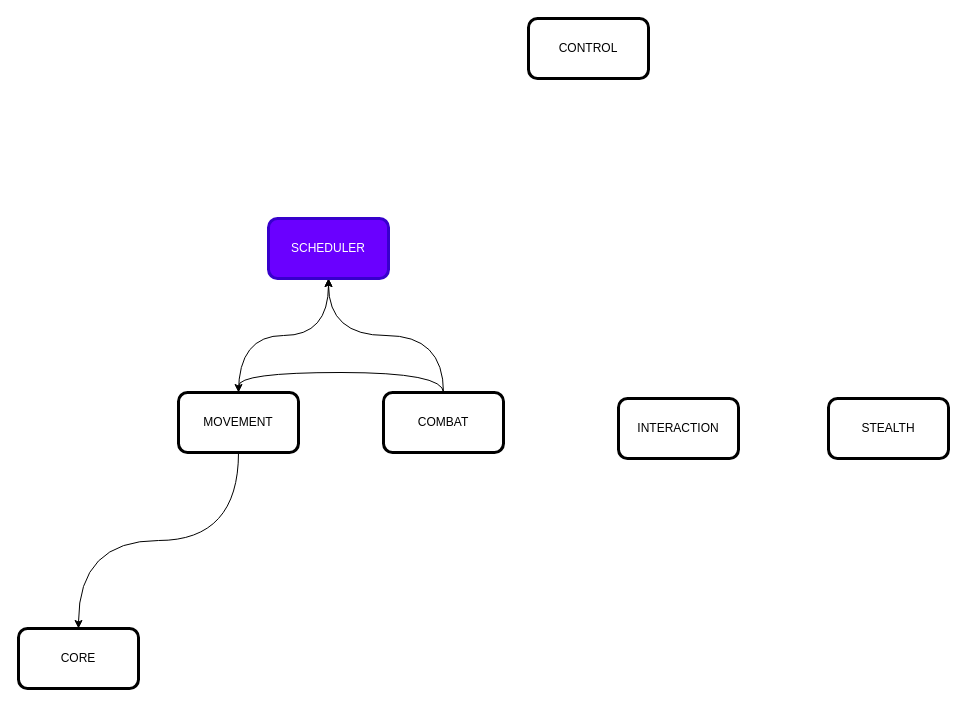
rafaelmmedeiros/Mount-Mortem-Mystery keeps this draw.io diagram as _Docs/Architecture.drawio. Above is the earlier version. Source tidied: cells renumbered, new cells numbered last; positions are measured from the earlier drawing's top-left corner, leaving out a move shared by most shapes. Both pictures are drawn from the tidied source at 100%, with x=0, y=0 at pixel (18, 18).
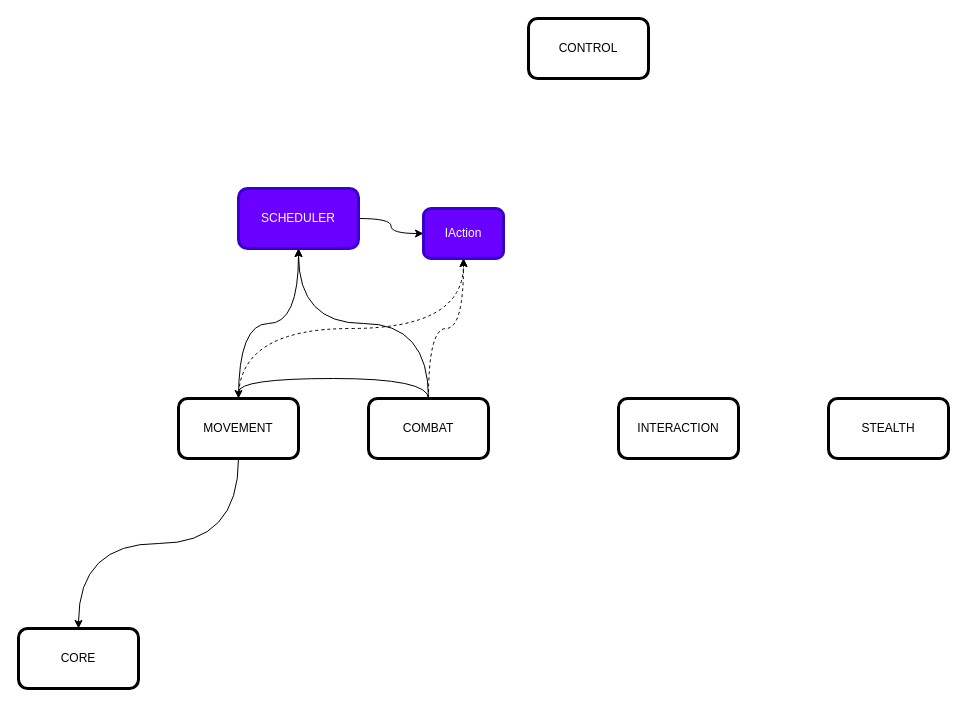
Above is the later version.

Diff of the diagram source:
```diff
@@
 <mxGraphModel>
   <root>
     <mxCell id="0" />
     <mxCell id="1" parent="0" />
     <mxCell id="2" value="CORE" style="rounded=1;whiteSpace=wrap;html=1;strokeWidth=3;" parent="1" vertex="1">
       <mxGeometry y="610" width="120" height="60" as="geometry" />
     </mxCell>
     <mxCell id="3" value="CONTROL" style="rounded=1;whiteSpace=wrap;html=1;strokeWidth=3;" parent="1" vertex="1">
       <mxGeometry x="510" width="120" height="60" as="geometry" />
     </mxCell>
     <mxCell id="4" style="edgeStyle=orthogonalEdgeStyle;rounded=0;jettySize=auto;html=1;exitX=0.5;exitY=1;exitDx=0;exitDy=0;entryX=0.5;entryY=0;entryDx=0;entryDy=0;strokeWidth=1;curved=1;" parent="1" edge="1" source="6" target="2">
       <mxGeometry relative="1" as="geometry" />
     </mxCell>
     <mxCell id="5" style="edgeStyle=orthogonalEdgeStyle;curved=1;rounded=1;sketch=0;jettySize=auto;html=1;exitX=0.5;exitY=0;exitDx=0;exitDy=0;entryX=0.5;entryY=1;entryDx=0;entryDy=0;" parent="1" edge="1" source="6" target="12">
       <mxGeometry relative="1" as="geometry" />
     </mxCell>
+    <mxCell id="13" style="edgeStyle=orthogonalEdgeStyle;curved=1;rounded=1;sketch=0;jettySize=auto;html=1;exitX=0.5;exitY=0;exitDx=0;exitDy=0;dashed=1;" parent="1" edge="1" source="6" target="16">
+      <mxGeometry relative="1" as="geometry" />
+    </mxCell>
     <mxCell id="6" value="MOVEMENT" style="rounded=1;whiteSpace=wrap;html=1;strokeWidth=3;" parent="1" vertex="1">
-      <mxGeometry x="160" y="374" width="120" height="60" as="geometry" />
+      <mxGeometry x="160" y="380" width="120" height="60" as="geometry" />
     </mxCell>
     <mxCell id="7" style="edgeStyle=orthogonalEdgeStyle;curved=1;rounded=1;sketch=0;jettySize=auto;html=1;exitX=0.5;exitY=0;exitDx=0;exitDy=0;entryX=0.5;entryY=0;entryDx=0;entryDy=0;" parent="1" edge="1" source="9" target="6">
       <mxGeometry relative="1" as="geometry" />
     </mxCell>
     <mxCell id="8" style="edgeStyle=orthogonalEdgeStyle;curved=1;rounded=1;sketch=0;jettySize=auto;html=1;exitX=0.5;exitY=0;exitDx=0;exitDy=0;" parent="1" edge="1" source="9" target="12">
       <mxGeometry relative="1" as="geometry" />
     </mxCell>
+    <mxCell id="14" style="edgeStyle=orthogonalEdgeStyle;curved=1;rounded=1;sketch=0;jettySize=auto;html=1;exitX=0.5;exitY=0;exitDx=0;exitDy=0;entryX=0.5;entryY=1;entryDx=0;entryDy=0;dashed=1;" parent="1" edge="1" source="9" target="16">
+      <mxGeometry relative="1" as="geometry" />
+    </mxCell>
     <mxCell id="9" value="COMBAT" style="rounded=1;whiteSpace=wrap;html=1;strokeWidth=3;" parent="1" vertex="1">
-      <mxGeometry x="365" y="374" width="120" height="60" as="geometry" />
+      <mxGeometry x="350" y="380" width="120" height="60" as="geometry" />
     </mxCell>
     <mxCell id="10" value="INTERACTION" style="rounded=1;whiteSpace=wrap;html=1;strokeWidth=3;" parent="1" vertex="1">
       <mxGeometry x="600" y="380" width="120" height="60" as="geometry" />
     </mxCell>
     <mxCell id="11" value="STEALTH" style="rounded=1;whiteSpace=wrap;html=1;strokeWidth=3;" parent="1" vertex="1">
       <mxGeometry x="810" y="380" width="120" height="60" as="geometry" />
     </mxCell>
+    <mxCell id="15" style="edgeStyle=orthogonalEdgeStyle;curved=1;rounded=1;sketch=0;jettySize=auto;html=1;" parent="1" edge="1" source="12" target="16">
+      <mxGeometry relative="1" as="geometry" />
+    </mxCell>
     <mxCell id="12" value="SCHEDULER" style="rounded=1;whiteSpace=wrap;html=1;strokeWidth=3;fillColor=#6a00ff;strokeColor=#3700CC;fontColor=#ffffff;" parent="1" vertex="1">
-      <mxGeometry x="250" y="200" width="120" height="60" as="geometry" />
+      <mxGeometry x="220" y="170" width="120" height="60" as="geometry" />
     </mxCell>
+    <mxCell id="16" value="IAction" style="rounded=1;whiteSpace=wrap;html=1;strokeWidth=3;fillColor=#6a00ff;strokeColor=#3700CC;fontColor=#ffffff;" parent="1" vertex="1">
+      <mxGeometry x="405" y="190" width="80" height="50" as="geometry" />
+    </mxCell>
   </root>
 </mxGraphModel>
```
